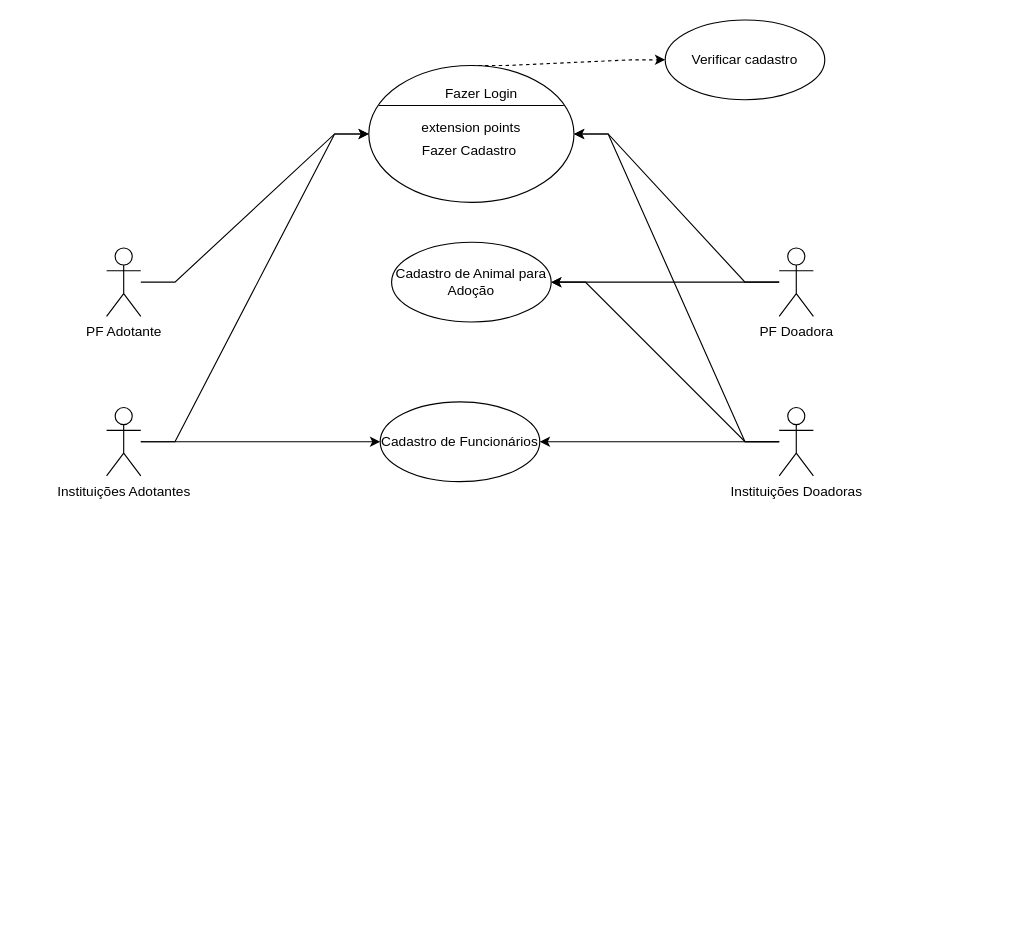
Above: Documentos/Caso de Uso.drawio in GuilhermeRPimenta/trabalho-modelagem (draw.io), before the change. Source tidied: cells renumbered, new cells numbered last; positions are measured from the earlier drawing's top-left corner, leaving out a move shared by most shapes. Both pictures are drawn from the tidied source at 114%, with x=0, y=0 at pixel (106, 19).
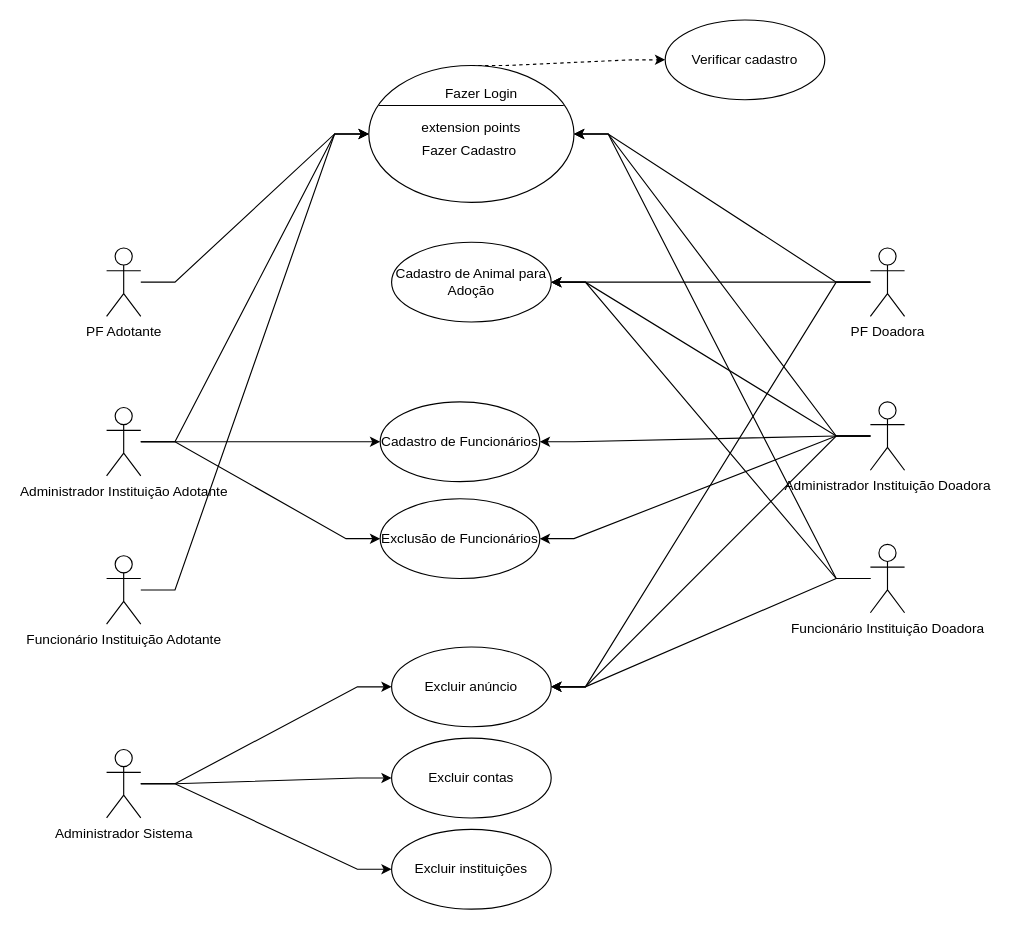
The same page after the edit.

Unchanged cells that the change refers to:
```xml
<mxCell id="14" value="Cadastro de Animal para Adoção" style="ellipse;whiteSpace=wrap;html=1;" parent="1" vertex="1">
  <mxGeometry x="250" y="195" width="140" height="70" as="geometry" />
</mxCell>
<mxCell id="15" value="Cadastro de Funcionários" style="ellipse;whiteSpace=wrap;html=1;" parent="1" vertex="1">
  <mxGeometry x="240" y="335" width="140" height="70" as="geometry" />
</mxCell>
<mxCell id="16" style="shape=ellipse;horizontal=1;html=1;dashed=0;" parent="1" vertex="1">
  <mxGeometry x="230" y="40" width="180" height="120" as="geometry" />
</mxCell>
```

Change to the diagram source:
```diff
@@
-    <mxCell id="4" style="rounded=0;jettySize=auto;html=1;entryX=0;entryY=0.5;entryDx=0;entryDy=0;edgeStyle=entityRelationEdgeStyle;curved=0;strokeColor=default;" parent="1" edge="1" source="6" target="15">
+    <mxCell id="4" style="rounded=0;jettySize=auto;html=1;entryX=0;entryY=0.5;entryDx=0;entryDy=0;edgeStyle=entityRelationEdgeStyle;strokeColor=default;" parent="1" edge="1" source="6" target="15">
       <mxGeometry relative="1" as="geometry" />
     </mxCell>
@@
+    <mxCell id="23" style="edgeStyle=entityRelationEdgeStyle;rounded=0;jettySize=auto;html=1;entryX=0;entryY=0.5;entryDx=0;entryDy=0;" parent="1" edge="1" source="6" target="34">
+      <mxGeometry relative="1" as="geometry" />
+    </mxCell>
-    <mxCell id="6" value="Instituições Adotantes" style="shape=umlActor;verticalLabelPosition=bottom;verticalAlign=top;html=1;outlineConnect=0;" parent="1" vertex="1">
+    <mxCell id="6" value="Administrador Instituição Adotante" style="shape=umlActor;verticalLabelPosition=bottom;verticalAlign=top;html=1;outlineConnect=0;" parent="1" vertex="1">
       <mxGeometry y="340" width="30" height="60" as="geometry" />
     </mxCell>
@@
+    <mxCell id="24" style="edgeStyle=entityRelationEdgeStyle;rounded=0;jettySize=auto;html=1;entryX=1;entryY=0.5;entryDx=0;entryDy=0;" parent="1" edge="1" source="9" target="31">
+      <mxGeometry relative="1" as="geometry" />
+    </mxCell>
     <mxCell id="9" value="PF Doadora" style="shape=umlActor;verticalLabelPosition=bottom;verticalAlign=top;html=1;outlineConnect=0;" parent="1" vertex="1">
-      <mxGeometry x="590" y="200" width="30" height="60" as="geometry" />
+      <mxGeometry x="670" y="200" width="30" height="60" as="geometry" />
     </mxCell>
@@
-    <mxCell id="11" style="edgeStyle=entityRelationEdgeStyle;rounded=0;jettySize=auto;html=1;entryX=1;entryY=0.5;entryDx=0;entryDy=0;curved=0;strokeColor=default;" parent="1" edge="1" source="13" target="15">
+    <mxCell id="11" style="edgeStyle=entityRelationEdgeStyle;rounded=0;jettySize=auto;html=1;entryX=1;entryY=0.5;entryDx=0;entryDy=0;strokeColor=default;" parent="1" edge="1" source="13" target="15">
       <mxGeometry relative="1" as="geometry" />
     </mxCell>
@@
+    <mxCell id="25" style="edgeStyle=entityRelationEdgeStyle;rounded=0;jettySize=auto;html=1;entryX=1;entryY=0.5;entryDx=0;entryDy=0;" parent="1" edge="1" source="13" target="34">
+      <mxGeometry relative="1" as="geometry" />
+    </mxCell>
+    <mxCell id="26" style="edgeStyle=entityRelationEdgeStyle;rounded=0;jettySize=auto;html=1;entryX=1;entryY=0.5;entryDx=0;entryDy=0;" parent="1" edge="1" source="13" target="31">
+      <mxGeometry relative="1" as="geometry" />
+    </mxCell>
-    <mxCell id="13" value="Instituições Doadoras" style="shape=umlActor;verticalLabelPosition=bottom;verticalAlign=top;html=1;outlineConnect=0;" parent="1" vertex="1">
-      <mxGeometry x="590" y="340" width="30" height="60" as="geometry" />
+    <mxCell id="13" value="Administrador Instituição Doadora" style="shape=umlActor;verticalLabelPosition=bottom;verticalAlign=top;html=1;outlineConnect=0;" parent="1" vertex="1">
+      <mxGeometry x="670" y="335" width="30" height="60" as="geometry" />
     </mxCell>
@@
+    <mxCell id="27" style="edgeStyle=entityRelationEdgeStyle;rounded=0;jettySize=auto;html=1;entryX=0;entryY=0.5;entryDx=0;entryDy=0;" parent="1" edge="1" source="30" target="31">
+      <mxGeometry relative="1" as="geometry" />
+    </mxCell>
+    <mxCell id="28" style="edgeStyle=entityRelationEdgeStyle;rounded=0;jettySize=auto;html=1;entryX=0;entryY=0.5;entryDx=0;entryDy=0;" parent="1" edge="1" source="30" target="32">
+      <mxGeometry relative="1" as="geometry" />
+    </mxCell>
+    <mxCell id="29" style="edgeStyle=entityRelationEdgeStyle;rounded=0;jettySize=auto;html=1;entryX=0;entryY=0.5;entryDx=0;entryDy=0;" parent="1" edge="1" source="30" target="33">
+      <mxGeometry relative="1" as="geometry" />
+    </mxCell>
+    <mxCell id="30" value="Administrador Sistema" style="shape=umlActor;verticalLabelPosition=bottom;verticalAlign=top;html=1;outlineConnect=0;" parent="1" vertex="1">
+      <mxGeometry y="640" width="30" height="60" as="geometry" />
+    </mxCell>
+    <mxCell id="31" value="Excluir anúncio" style="ellipse;whiteSpace=wrap;html=1;" parent="1" vertex="1">
+      <mxGeometry x="250" y="550" width="140" height="70" as="geometry" />
+    </mxCell>
+    <mxCell id="32" value="Excluir contas" style="ellipse;whiteSpace=wrap;html=1;" parent="1" vertex="1">
+      <mxGeometry x="250" y="630" width="140" height="70" as="geometry" />
+    </mxCell>
+    <mxCell id="33" value="Excluir instituições" style="ellipse;whiteSpace=wrap;html=1;" parent="1" vertex="1">
+      <mxGeometry x="250" y="710" width="140" height="70" as="geometry" />
+    </mxCell>
+    <mxCell id="34" value="Exclusão de Funcionários" style="ellipse;whiteSpace=wrap;html=1;" parent="1" vertex="1">
+      <mxGeometry x="240" y="420" width="140" height="70" as="geometry" />
+    </mxCell>
+    <mxCell id="35" style="edgeStyle=entityRelationEdgeStyle;shape=connector;rounded=0;jettySize=auto;html=1;entryX=1;entryY=0.5;entryDx=0;entryDy=0;strokeColor=default;align=center;verticalAlign=middle;fontFamily=Helvetica;fontSize=11;fontColor=default;labelBackgroundColor=default;endArrow=classic;" parent="1" edge="1" source="38" target="16">
+      <mxGeometry relative="1" as="geometry" />
+    </mxCell>
+    <mxCell id="36" style="edgeStyle=entityRelationEdgeStyle;shape=connector;rounded=0;jettySize=auto;html=1;entryX=1;entryY=0.5;entryDx=0;entryDy=0;strokeColor=default;align=center;verticalAlign=middle;fontFamily=Helvetica;fontSize=11;fontColor=default;labelBackgroundColor=default;endArrow=classic;" parent="1" edge="1" source="38" target="31">
+      <mxGeometry relative="1" as="geometry" />
+    </mxCell>
+    <mxCell id="37" style="edgeStyle=entityRelationEdgeStyle;shape=connector;rounded=0;jettySize=auto;html=1;entryX=1;entryY=0.5;entryDx=0;entryDy=0;strokeColor=default;align=center;verticalAlign=middle;fontFamily=Helvetica;fontSize=11;fontColor=default;labelBackgroundColor=default;endArrow=classic;" parent="1" edge="1" source="38" target="14">
+      <mxGeometry relative="1" as="geometry" />
+    </mxCell>
+    <mxCell id="38" value="Funcionário Instituição Doadora" style="shape=umlActor;verticalLabelPosition=bottom;verticalAlign=top;html=1;outlineConnect=0;" parent="1" vertex="1">
+      <mxGeometry x="670" y="460" width="30" height="60" as="geometry" />
+    </mxCell>
+    <mxCell id="39" style="edgeStyle=entityRelationEdgeStyle;rounded=0;jettySize=auto;html=1;entryX=0;entryY=0.5;entryDx=0;entryDy=0;" parent="1" edge="1" source="40" target="16">
+      <mxGeometry relative="1" as="geometry" />
+    </mxCell>
+    <mxCell id="40" value="Funcionário Instituição Adotante" style="shape=umlActor;verticalLabelPosition=bottom;verticalAlign=top;html=1;outlineConnect=0;" parent="1" vertex="1">
+      <mxGeometry y="470" width="30" height="60" as="geometry" />
+    </mxCell>
```
